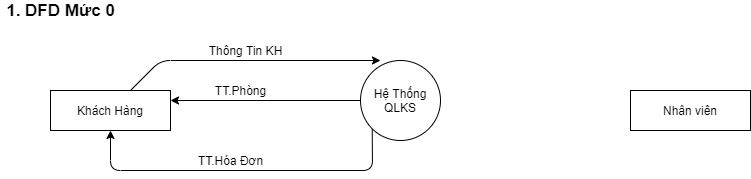
maialino123/QLKS keeps this draw.io diagram as DFD-hotel.png. Above is the earlier version. Source tidied: cells renumbered, new cells last; positions are measured from the earlier drawing's top-left corner, leaving out a move shared by most shapes.
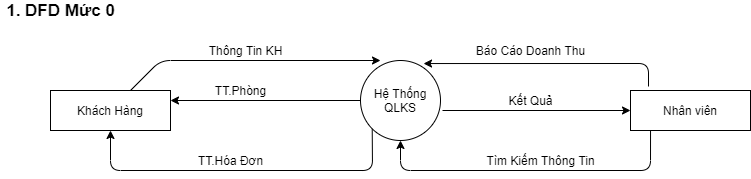
Later version of the same file.

Change to the diagram source:
```diff
@@ -43,5 +43,34 @@
     <mxCell id="11" value="TT.Hóa Đơn" style="text;html=1;align=center;verticalAlign=middle;" parent="1" vertex="1">
       <mxGeometry x="190" y="150" width="80" height="20" as="geometry" />
     </mxCell>
+    <mxCell id="12" style="endArrow=classic;html=1;entryX=0.788;entryY=0.038;entryDx=0;entryDy=0;entryPerimeter=0;exitX=0.15;exitY=-0.1;exitDx=0;exitDy=0;exitPerimeter=0;" parent="1" edge="1" source="4" target="6">
+      <mxGeometry relative="1" as="geometry">
+        <Array as="points">
+          <mxPoint x="648" y="63" />
+        </Array>
+      </mxGeometry>
+    </mxCell>
+    <mxCell id="13" value="Báo Cáo Doanh Thu" style="text;html=1;align=center;verticalAlign=middle;" parent="1" vertex="1">
+      <mxGeometry x="470" y="40" width="120" height="20" as="geometry" />
+    </mxCell>
+    <mxCell id="14" style="endArrow=classic;html=1;exitX=0.167;exitY=1;exitDx=0;exitDy=0;exitPerimeter=0;entryX=0.5;entryY=1;entryDx=0;entryDy=0;" parent="1" edge="1" source="4" target="6">
+      <mxGeometry relative="1" as="geometry">
+        <Array as="points">
+          <mxPoint x="650" y="170" />
+          <mxPoint x="400" y="170" />
+        </Array>
+      </mxGeometry>
+    </mxCell>
+    <mxCell id="15" value="Tìm Kiếm Thông Tin" style="text;html=1;align=center;verticalAlign=middle;" parent="1" vertex="1">
+      <mxGeometry x="480" y="150" width="120" height="20" as="geometry" />
+    </mxCell>
+    <mxCell id="16" style="endArrow=classic;html=1;entryX=0;entryY=0.5;entryDx=0;entryDy=0;" parent="1" edge="1" target="4">
+      <mxGeometry relative="1" as="geometry">
+        <mxPoint x="442" y="110" as="sourcePoint" />
+      </mxGeometry>
+    </mxCell>
+    <mxCell id="17" value="Kết Quả" style="text;html=1;align=center;verticalAlign=middle;" parent="1" vertex="1">
+      <mxGeometry x="500" y="90" width="60" height="20" as="geometry" />
+    </mxCell>
   </root>
 </mxGraphModel>
```
